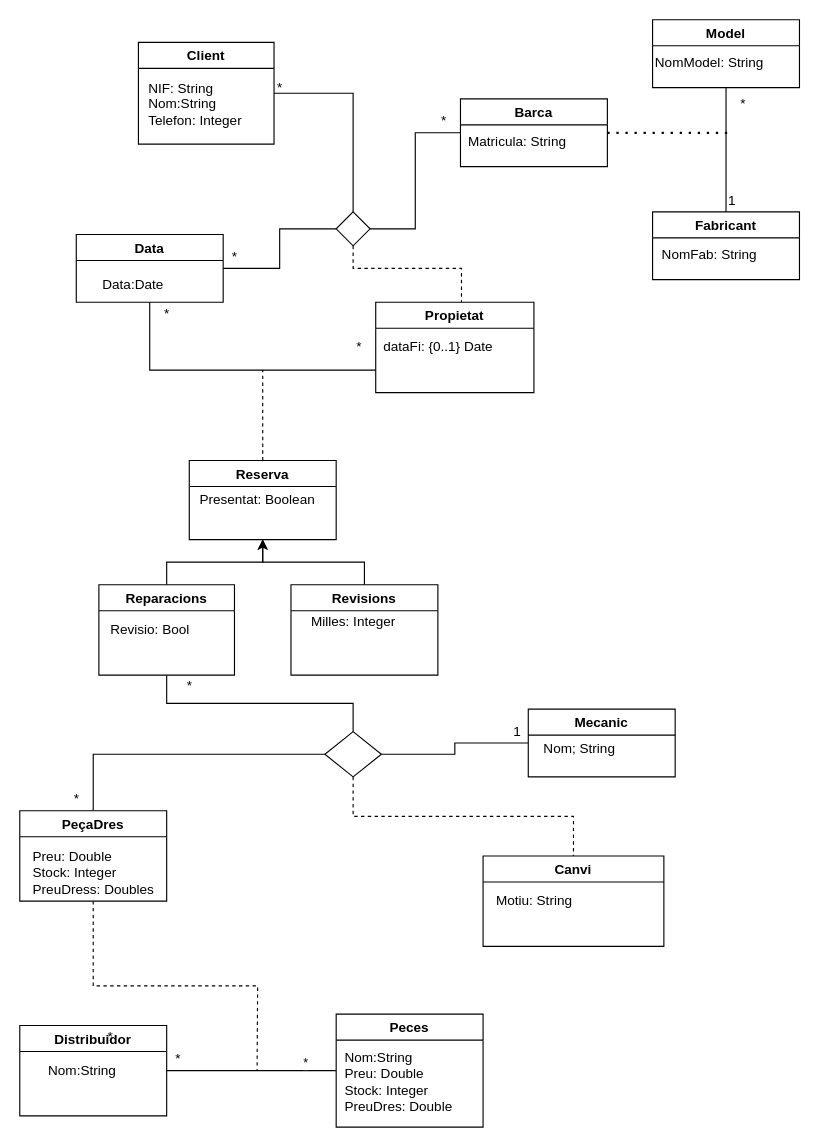
The draw.io diagram Laboratori/Control1/Problema 3.drawio in peretarrida13/IES, before the edit. Source tidied: cells renumbered, new cells numbered last; positions are measured from the earlier drawing's top-left corner, leaving out a move shared by most shapes. Both pictures are drawn from the tidied source at 113%, with x=0, y=0 at pixel (19, 19).
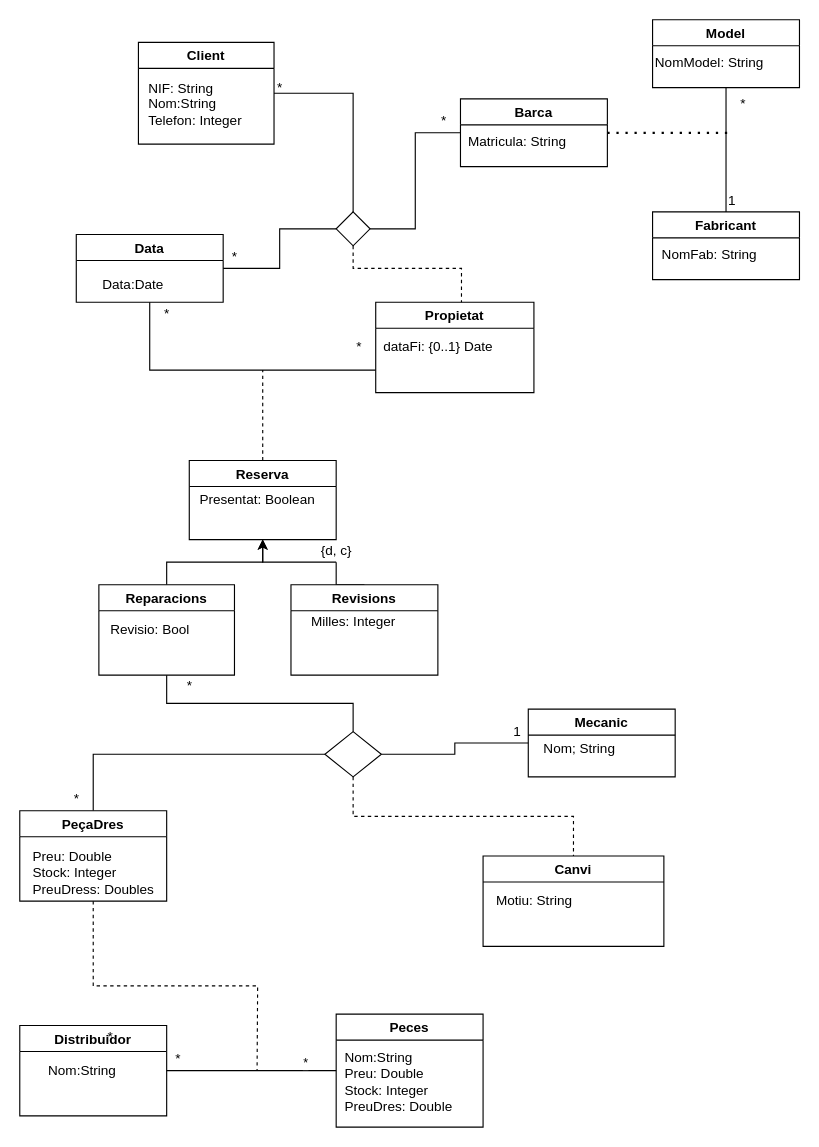
Above is the later version.

Unchanged cells that the change refers to:
```xml
<mxCell id="30" value="Reserva" style="swimlane;" parent="1" vertex="1">
  <mxGeometry x="150" y="390" width="130" height="70" as="geometry" />
</mxCell>
<mxCell id="32" value="Revisions" style="swimlane;" parent="1" vertex="1">
  <mxGeometry x="240" y="500" width="130" height="80" as="geometry" />
</mxCell>
```

What changed in the source:
```diff
@@
-    <mxCell id="28" style="edgeStyle=orthogonalEdgeStyle;rounded=0;jettySize=auto;html=1;exitX=0.5;exitY=1;exitDx=0;exitDy=0;endArrow=none;endFill=0;startArrow=classic;startFill=1;" parent="1" edge="1" source="30" target="32">
+    <mxCell id="28" style="edgeStyle=orthogonalEdgeStyle;rounded=0;jettySize=auto;html=1;exitX=0.5;exitY=1;exitDx=0;exitDy=0;endArrow=none;endFill=0;startArrow=none;startFill=1;" parent="1" edge="1" source="62" target="32">
       <mxGeometry relative="1" as="geometry" />
     </mxCell>
@@
+    <mxCell id="62" value="{d, c}" style="text;html=1;align=center;verticalAlign=middle;points=[];strokeColor=none;fillColor=none;" parent="1" vertex="1">
+      <mxGeometry x="260" y="460" width="40" height="20" as="geometry" />
+    </mxCell>
+    <mxCell id="63" style="edgeStyle=orthogonalEdgeStyle;rounded=0;jettySize=auto;html=1;exitX=0.5;exitY=1;exitDx=0;exitDy=0;endArrow=none;endFill=0;startArrow=classic;startFill=1;" parent="1" edge="1" source="30" target="62">
+      <mxGeometry relative="1" as="geometry" />
+    </mxCell>
```
